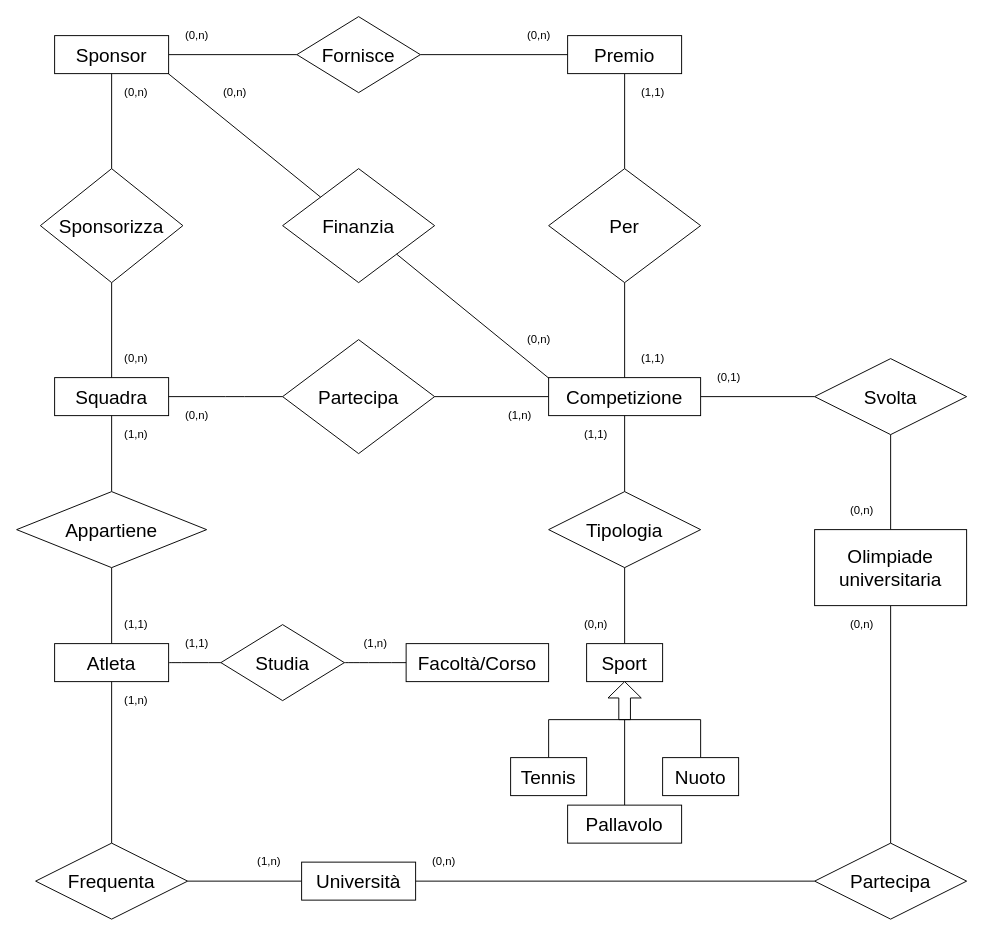
The draw.io diagram page "Schema E-R" (1 of 2) of Olimpiadi Samuele.drawio in giovannivelludo/database-project, before the edit. Source tidied: cells renumbered, new cells numbered last; positions are measured from the earlier drawing's top-left corner, leaving out a move shared by most shapes. Both pictures are drawn from the tidied source at 95%, with x=0, y=0 at pixel (16, 16).
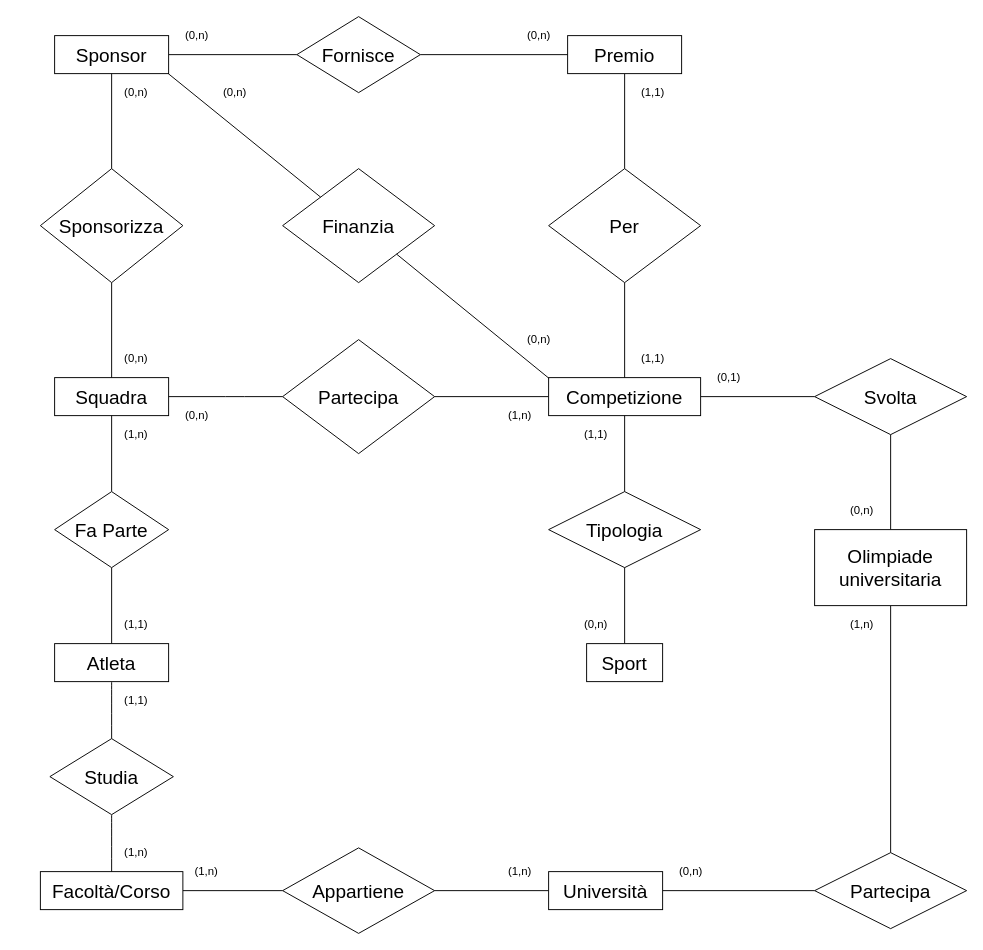
The same page after the edit.

Commit message:
Refractoring dello Schema E-R. Aggiunta pagina per lo schema logico.

The change refers to these unchanged cells:
```xml
<mxCell id="16" value="Atleta" style="rounded=0;whiteSpace=wrap;html=1;fontSize=20;" parent="1" vertex="1">
  <mxGeometry x="40" y="660" width="120" height="40" as="geometry" />
</mxCell>
```

What changed in the source:
```diff
@@
-    <mxCell id="14" value="Appartiene" style="rhombus;whiteSpace=wrap;html=1;rounded=0;fontSize=20;" parent="1" vertex="1">
-      <mxGeometry y="500" width="200" height="80" as="geometry" />
+    <mxCell id="14" value="Fa Parte" style="rhombus;whiteSpace=wrap;html=1;rounded=0;fontSize=20;" parent="1" vertex="1">
+      <mxGeometry x="40" y="500" width="120" height="80" as="geometry" />
     </mxCell>
@@
-    <mxCell id="17" style="edgeStyle=orthogonalEdgeStyle;rounded=0;jettySize=auto;html=1;endArrow=none;endFill=0;fontSize=20;" parent="1" edge="1" source="19" target="16">
-      <mxGeometry relative="1" as="geometry" />
-    </mxCell>
-    <mxCell id="18" style="edgeStyle=orthogonalEdgeStyle;rounded=0;jettySize=auto;html=1;endArrow=none;endFill=0;fontSize=20;" parent="1" edge="1" source="19" target="21">
-      <mxGeometry relative="1" as="geometry" />
-    </mxCell>
-    <mxCell id="19" value="Frequenta" style="rhombus;whiteSpace=wrap;html=1;rounded=0;fontSize=20;" parent="1" vertex="1">
-      <mxGeometry x="20" y="870" width="160" height="80" as="geometry" />
+    <mxCell id="19" value="Appartiene" style="rhombus;whiteSpace=wrap;html=1;rounded=0;fontSize=20;" parent="1" vertex="1">
+      <mxGeometry x="280" y="875" width="160" height="90" as="geometry" />
     </mxCell>
@@
+    <mxCell id="74" style="edgeStyle=orthogonalEdgeStyle;rounded=0;jettySize=auto;html=1;entryX=1;entryY=0.5;entryDx=0;entryDy=0;endArrow=none;endFill=0;" parent="1" edge="1" source="21" target="19">
+      <mxGeometry relative="1" as="geometry" />
+    </mxCell>
     <mxCell id="21" value="Università" style="rounded=0;whiteSpace=wrap;html=1;fontSize=20;" parent="1" vertex="1">
-      <mxGeometry x="300" y="890" width="120" height="40" as="geometry" />
+      <mxGeometry x="560" y="900" width="120" height="40" as="geometry" />
     </mxCell>
@@
     <mxCell id="26" value="Partecipa" style="rhombus;whiteSpace=wrap;html=1;rounded=0;fontSize=20;" parent="1" vertex="1">
-      <mxGeometry x="840" y="870" width="160" height="80" as="geometry" />
+      <mxGeometry x="840" y="880" width="160" height="80" as="geometry" />
     </mxCell>
-    <mxCell id="27" value="(1,n)" style="text;html=1;strokeColor=none;fillColor=none;align=center;verticalAlign=middle;whiteSpace=wrap;rounded=0;" parent="1" vertex="1">
-      <mxGeometry x="106" y="710" width="40" height="20" as="geometry" />
-    </mxCell>
-    <mxCell id="28" value="(1,n)" style="text;html=1;strokeColor=none;fillColor=none;align=center;verticalAlign=middle;whiteSpace=wrap;rounded=0;" parent="1" vertex="1">
-      <mxGeometry x="246" y="880" width="40" height="20" as="geometry" />
-    </mxCell>
@@
-    <mxCell id="41" value="(0,n)" style="text;html=1;strokeColor=none;fillColor=none;align=center;verticalAlign=middle;whiteSpace=wrap;rounded=0;" parent="1" vertex="1">
+    <mxCell id="41" value="(1,n)" style="text;html=1;strokeColor=none;fillColor=none;align=center;verticalAlign=middle;whiteSpace=wrap;rounded=0;" parent="1" vertex="1">
       <mxGeometry x="870" y="630" width="40" height="20" as="geometry" />
     </mxCell>
-    <mxCell id="42" value="(0,n)" style="text;html=1;strokeColor=none;fillColor=none;align=center;verticalAlign=middle;whiteSpace=wrap;rounded=0;" parent="1" vertex="1">
-      <mxGeometry x="430" y="880" width="40" height="20" as="geometry" />
-    </mxCell>
@@
+    <mxCell id="75" style="edgeStyle=orthogonalEdgeStyle;rounded=0;jettySize=auto;html=1;endArrow=none;endFill=0;" parent="1" edge="1" source="61" target="19">
+      <mxGeometry relative="1" as="geometry" />
+    </mxCell>
     <mxCell id="61" value="&lt;font style=&quot;font-size: 20px&quot;&gt;Facoltà/Corso&lt;/font&gt;" style="rounded=0;whiteSpace=wrap;html=1;shadow=0;glass=0;comic=0;fontSize=12;" parent="1" vertex="1">
-      <mxGeometry x="410" y="660" width="150" height="40" as="geometry" />
+      <mxGeometry x="25" y="900" width="150" height="40" as="geometry" />
     </mxCell>
@@
     <mxCell id="63" value="&lt;font style=&quot;font-size: 20px&quot;&gt;Studia&lt;/font&gt;" style="rhombus;whiteSpace=wrap;html=1;rounded=0;shadow=0;glass=0;comic=0;fontSize=12;" parent="1" vertex="1">
-      <mxGeometry x="215" y="640" width="130" height="80" as="geometry" />
+      <mxGeometry x="35" y="760" width="130" height="80" as="geometry" />
     </mxCell>
-    <mxCell id="64" style="html=1;shadow=0;dashed=0;align=center;verticalAlign=middle;shape=mxgraph.arrows2.arrow;dy=0.65;dx=17.2;direction=north;notch=0;rounded=0;glass=0;comic=0;fontSize=12;" parent="1" vertex="1">
-      <mxGeometry x="622.5" y="700" width="35" height="40" as="geometry" />
-    </mxCell>
-    <mxCell id="65" style="endArrow=none;html=1;fontSize=12;" parent="1" edge="1">
-      <mxGeometry relative="1" as="geometry">
-        <mxPoint x="560" y="740" as="sourcePoint" />
-        <mxPoint x="720" y="740" as="targetPoint" />
-      </mxGeometry>
-    </mxCell>
-    <mxCell id="66" style="endArrow=none;html=1;fontSize=12;" parent="1" edge="1">
-      <mxGeometry relative="1" as="geometry">
-        <mxPoint x="560" y="780" as="sourcePoint" />
-        <mxPoint x="560" y="740" as="targetPoint" />
-      </mxGeometry>
-    </mxCell>
-    <mxCell id="67" style="endArrow=none;html=1;fontSize=12;" parent="1" edge="1">
-      <mxGeometry relative="1" as="geometry">
-        <mxPoint x="720" y="780" as="sourcePoint" />
-        <mxPoint x="720" y="740" as="targetPoint" />
-      </mxGeometry>
-    </mxCell>
-    <mxCell id="68" style="endArrow=none;html=1;fontSize=12;exitX=0.5;exitY=0;exitDx=0;exitDy=0;" parent="1" edge="1" source="71">
-      <mxGeometry relative="1" as="geometry">
-        <mxPoint x="640" y="740" as="targetPoint" />
-      </mxGeometry>
-    </mxCell>
-    <mxCell id="69" value="&lt;font style=&quot;font-size: 20px&quot;&gt;Tennis&lt;/font&gt;" style="rounded=0;whiteSpace=wrap;html=1;shadow=0;glass=0;comic=0;fontSize=12;" parent="1" vertex="1">
-      <mxGeometry x="520" y="780" width="80" height="40" as="geometry" />
-    </mxCell>
-    <mxCell id="70" value="&lt;font style=&quot;font-size: 20px&quot;&gt;Nuoto&lt;/font&gt;" style="rounded=0;whiteSpace=wrap;html=1;shadow=0;glass=0;comic=0;fontSize=12;" parent="1" vertex="1">
-      <mxGeometry x="680" y="780" width="80" height="40" as="geometry" />
-    </mxCell>
-    <mxCell id="71" value="&lt;font style=&quot;font-size: 20px&quot;&gt;Pallavolo&lt;/font&gt;" style="rounded=0;whiteSpace=wrap;html=1;shadow=0;glass=0;comic=0;fontSize=12;" parent="1" vertex="1">
-      <mxGeometry x="580" y="830" width="120" height="40" as="geometry" />
-    </mxCell>
     <mxCell id="72" value="(1,1)" style="text;html=1;strokeColor=none;fillColor=none;align=center;verticalAlign=middle;whiteSpace=wrap;rounded=0;shadow=0;glass=0;comic=0;fontSize=12;" parent="1" vertex="1">
-      <mxGeometry x="170" y="650" width="40" height="20" as="geometry" />
+      <mxGeometry x="106" y="710" width="40" height="20" as="geometry" />
     </mxCell>
-    <mxCell id="73" value="(1,n)" style="text;html=1;strokeColor=none;fillColor=none;align=center;verticalAlign=middle;whiteSpace=wrap;rounded=0;shadow=0;glass=0;comic=0;fontSize=12;" parent="1" vertex="1">
-      <mxGeometry x="357.5" y="650" width="40" height="20" as="geometry" />
-    </mxCell>
+    <mxCell id="76" value="(1,n)" style="text;html=1;strokeColor=none;fillColor=none;align=center;verticalAlign=middle;whiteSpace=wrap;rounded=0;" parent="1" vertex="1">
+      <mxGeometry x="106" y="870" width="40" height="20" as="geometry" />
+    </mxCell>
+    <mxCell id="77" value="(1,n)" style="text;html=1;strokeColor=none;fillColor=none;align=center;verticalAlign=middle;whiteSpace=wrap;rounded=0;" parent="1" vertex="1">
+      <mxGeometry x="180" y="890" width="40" height="20" as="geometry" />
+    </mxCell>
+    <mxCell id="78" value="(1,n)" style="text;html=1;strokeColor=none;fillColor=none;align=center;verticalAlign=middle;whiteSpace=wrap;rounded=0;" parent="1" vertex="1">
+      <mxGeometry x="510" y="890" width="40" height="20" as="geometry" />
+    </mxCell>
+    <mxCell id="42" value="(0,n)" style="text;html=1;strokeColor=none;fillColor=none;align=center;verticalAlign=middle;whiteSpace=wrap;rounded=0;" parent="1" vertex="1">
+      <mxGeometry x="690" y="890" width="40" height="20" as="geometry" />
+    </mxCell>
+    <mxCell id="79" style="edgeStyle=orthogonalEdgeStyle;rounded=0;orthogonalLoop=1;jettySize=auto;html=1;exitX=0.5;exitY=1;exitDx=0;exitDy=0;endArrow=none;endFill=0;" parent="1" edge="1" source="42" target="42">
+      <mxGeometry relative="1" as="geometry" />
+    </mxCell>
```
